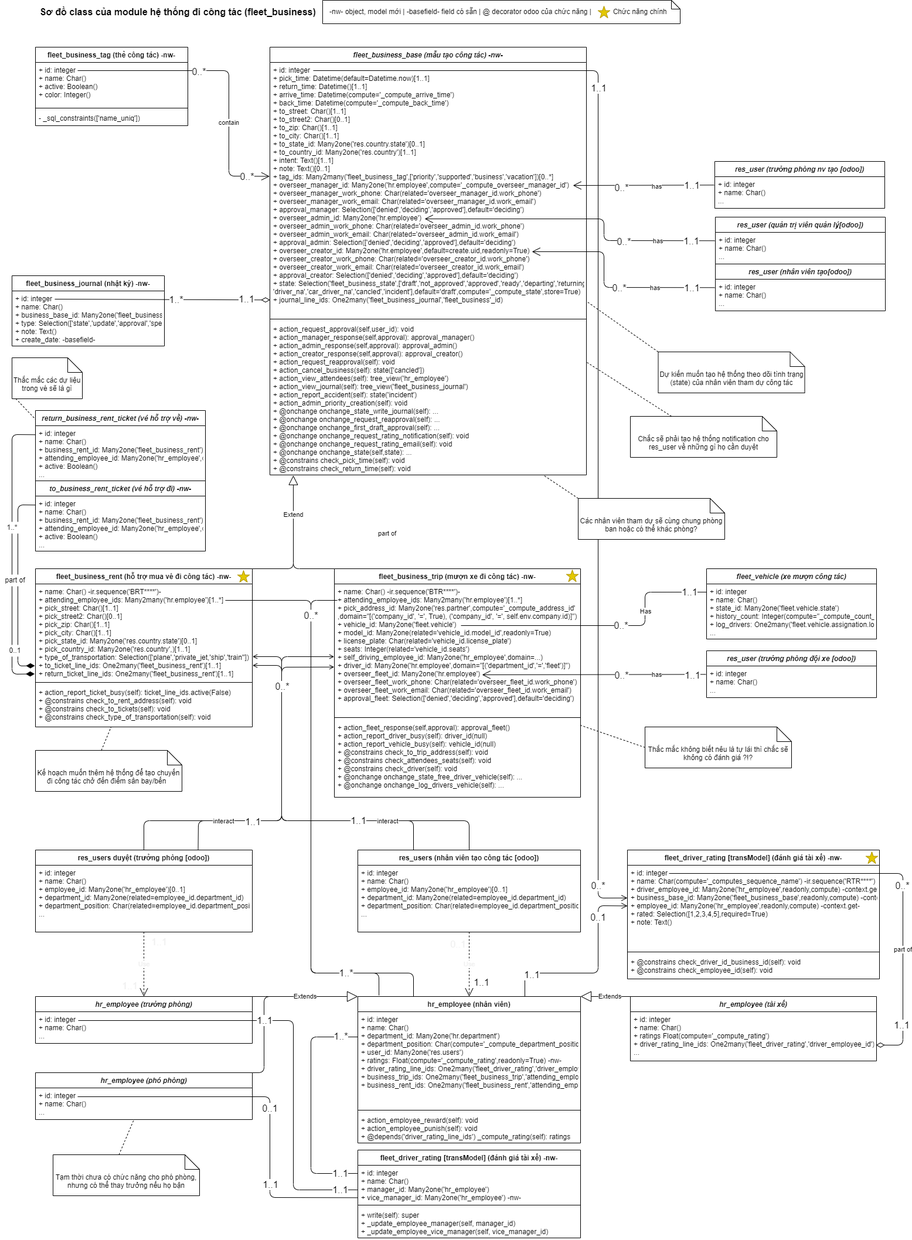
Before: uml-diargrams/uml_class_fleet_business.png, a diagram exported from draw.io (NgoHuuNghia/odoo15-digitalocean). Source tidied: cells renumbered, new cells last; positions are measured from the earlier drawing's top-left corner, leaving out a move shared by most shapes.
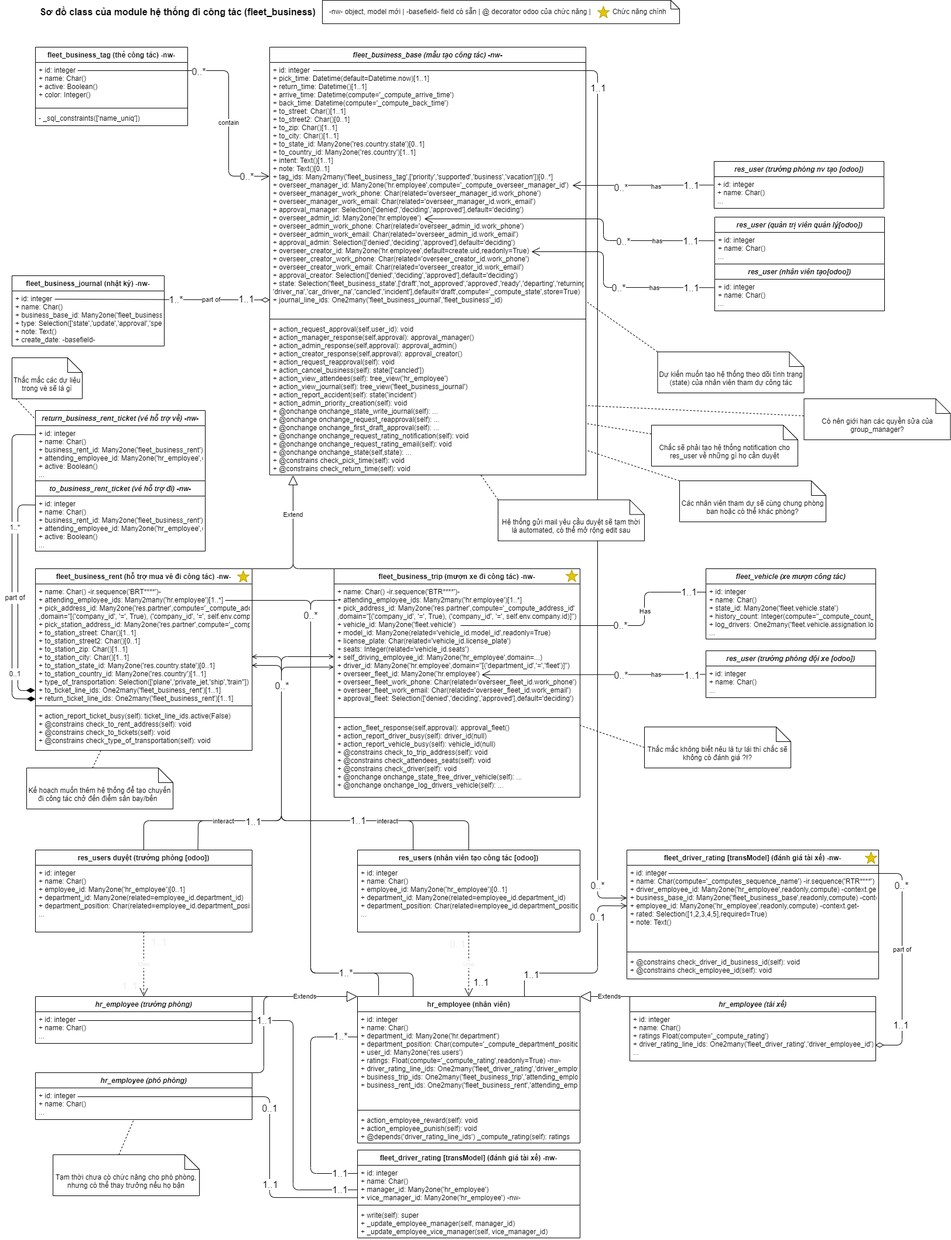
After the commit.

Change to the diagram source:
```diff
@@ -86,7 +86,7 @@
     <mxCell id="17" value="Extends" style="endArrow=block;endSize=16;endFill=0;html=1;exitX=1;exitY=0;exitDx=0;exitDy=0;entryX=0;entryY=0;entryDx=0;entryDy=0;" parent="1" edge="1" source="13" target="8">
       <mxGeometry relative="1" as="geometry" />
     </mxCell>
-    <mxCell id="18" style="edgeStyle=none;html=1;exitX=0.25;exitY=0;exitDx=0;exitDy=0;fontSize=16;endArrow=open;endFill=0;entryX=1.001;entryY=0.756;entryDx=0;entryDy=0;entryPerimeter=0;" parent="1" edge="1" source="22" target="49">
+    <mxCell id="18" style="edgeStyle=none;html=1;exitX=0.25;exitY=0;exitDx=0;exitDy=0;fontSize=16;endArrow=open;endFill=0;entryX=0.999;entryY=0.609;entryDx=0;entryDy=0;entryPerimeter=0;" parent="1" edge="1" source="22" target="49">
       <mxGeometry relative="1" as="geometry">
         <Array as="points">
           <mxPoint x="705" y="1400" />
@@ -142,7 +142,7 @@
         </Array>
       </mxGeometry>
     </mxCell>
-    <mxCell id="28" style="edgeStyle=none;html=1;exitX=0.5;exitY=0;exitDx=0;exitDy=0;fontSize=16;endArrow=open;endFill=0;entryX=1.001;entryY=0.848;entryDx=0;entryDy=0;entryPerimeter=0;" parent="1" edge="1" source="32" target="49">
+    <mxCell id="28" style="edgeStyle=none;html=1;exitX=0.5;exitY=0;exitDx=0;exitDy=0;fontSize=16;endArrow=open;endFill=0;entryX=0.999;entryY=0.681;entryDx=0;entryDy=0;entryPerimeter=0;" parent="1" edge="1" source="32" target="49">
       <mxGeometry relative="1" as="geometry">
         <Array as="points">
           <mxPoint x="245" y="1400" />
@@ -231,16 +231,16 @@
       </mxGeometry>
     </mxCell>
     <mxCell id="48" value="fleet_business_rent (hỗ trợ mua vé đi công tác) -nw-" style="swimlane;fontStyle=1;align=center;verticalAlign=top;horizontal=1;startSize=26;labelBackgroundColor=none;fontColor=default;" parent="1" vertex="1">
-      <mxGeometry x="60" y="970" width="370" height="270" as="geometry" />
+      <mxGeometry x="60" y="970" width="370" height="310" as="geometry" />
     </mxCell>
-    <mxCell id="49" value="+ name: Char() -ir.sequence('BRT****')-&#10;+ attending_employee_ids: Many2many('hr.employee')[1..*]&#10;+ pick_street: Char()[1..1]&#10;+ pick_street2: Char()[0..1]&#10;+ pick_zip: Char()[1..1]&#10;+ pick_city: Char()[1..1]&#10;+ pick_state_id: Many2one('res.country.state')[0..1]&#10;+ pick_country_id: Many2one('res.country',)[1..1]&#10;+ type_of_transportation: Selection(['plane','private_jet,'ship','train''])&#10;+ to_ticket_line_ids: One2many('fleet_business_rent')[1..1]&#10;+ return_ticket_line_ids: One2many('fleet_business_rent')[1..1]" style="text;strokeColor=none;fillColor=none;align=left;verticalAlign=top;spacingLeft=4;spacingRight=4;overflow=hidden;points=[[0,0.5],[1,0.5]];portConstraint=eastwest;labelBackgroundColor=none;fontColor=default;" parent="48" vertex="1">
-      <mxGeometry y="26" width="370" height="164" as="geometry" />
+    <mxCell id="49" value="+ name: Char() -ir.sequence('BRT****')-&#10;+ attending_employee_ids: Many2many('hr.employee')[1..*]&#10;+ pick_address_id: Many2one('res.partner',compute='_compute_address_id'&#10;,domain=&quot;[('company_id', '=', True), ('company_id', '=', self.env.company.id)]&quot;)&#10;+ pick_station_address_id: Many2one('res.partner',compute='_compute_address_id'&#10;+ to_station_street: Char()[1..1]&#10;+ to_station_street2: Char()[0..1]&#10;+ to_station_zip: Char()[1..1]&#10;+ to_station_city: Char()[1..1]&#10;+ to_station_state_id: Many2one('res.country.state')[0..1]&#10;+ to_station_country_id: Many2one('res.country')[1..1]&#10;+ type_of_transportation: Selection(['plane','private_jet,'ship','train''])&#10;+ to_ticket_line_ids: One2many('fleet_business_rent')[1..1]&#10;+ return_ticket_line_ids: One2many('fleet_business_rent')[1..1]" style="text;strokeColor=none;fillColor=none;align=left;verticalAlign=top;spacingLeft=4;spacingRight=4;overflow=hidden;points=[[0,0.5],[1,0.5]];portConstraint=eastwest;labelBackgroundColor=none;fontColor=default;" parent="48" vertex="1">
+      <mxGeometry y="26" width="370" height="204" as="geometry" />
     </mxCell>
     <mxCell id="50" style="line;strokeWidth=1;fillColor=none;align=left;verticalAlign=middle;spacingTop=-1;spacingLeft=3;spacingRight=3;labelPosition=right;labelBackgroundColor=none;fontColor=#F0F0F0;" parent="48" vertex="1">
-      <mxGeometry y="190" width="370" height="8" as="geometry" />
+      <mxGeometry y="230" width="370" height="8" as="geometry" />
     </mxCell>
     <mxCell id="51" value="+ action_report_ticket_busy(self): ticket_line_ids.active(False)&#10;+ @constrains check_to_rent_address(self): void&#10;+ @constrains check_to_tickets(self): void&#10;+ @constrains check_type_of_transportation(self): void" style="text;strokeColor=none;fillColor=none;align=left;verticalAlign=top;spacingLeft=4;spacingRight=4;overflow=hidden;labelBackgroundColor=none;fontColor=default;" parent="48" vertex="1">
-      <mxGeometry y="198" width="370" height="72" as="geometry" />
+      <mxGeometry y="238" width="370" height="72" as="geometry" />
     </mxCell>
     <mxCell id="52" value="fleet_business_base (mẫu tạo công tác) -nw-" style="swimlane;fontStyle=3;align=center;verticalAlign=top;horizontal=1;startSize=26;labelBackgroundColor=none;fontColor=default;" parent="1" vertex="1">
       <mxGeometry x="460" y="80" width="540" height="730" as="geometry" />
@@ -280,9 +280,8 @@
       <mxGeometry y="26" width="260" height="94" as="geometry" />
     </mxCell>
     <mxCell id="61" value="part of" style="endArrow=diamondThin;endFill=0;endSize=12;html=1;entryX=0;entryY=0.934;entryDx=0;entryDy=0;entryPerimeter=0;" parent="1" edge="1" target="53">
-      <mxGeometry x="1" y="-446" relative="1" as="geometry">
+      <mxGeometry x="0.46" relative="1" as="geometry">
         <mxPoint x="93" y="510" as="sourcePoint" />
-        <mxPoint x="202" y="-47" as="offset" />
       </mxGeometry>
     </mxCell>
     <mxCell id="62" value="1..*" style="edgeLabel;html=1;align=center;verticalAlign=middle;fontSize=16;" parent="61" vertex="1">
@@ -423,30 +422,30 @@
     <mxCell id="91" value="+ id: integer&#10;+ name: Char()&#10;+ business_rent_id: Many2one('fleet_business_rent')&#10;+ attending_employee_id: Many2one('hr_employee',domain=...)&#10;+ active: Boolean()&#10;..." style="text;strokeColor=none;fillColor=none;align=left;verticalAlign=top;spacingLeft=4;spacingRight=4;overflow=hidden;points=[[0,0.5],[1,0.5]];portConstraint=eastwest;" parent="90" vertex="1">
       <mxGeometry y="26" width="290" height="94" as="geometry" />
     </mxCell>
-    <mxCell id="92" style="endArrow=diamondThin;endFill=1;endSize=12;html=1;entryX=-0.004;entryY=0.936;entryDx=0;entryDy=0;entryPerimeter=0;exitX=-0.002;exitY=0.163;exitDx=0;exitDy=0;exitPerimeter=0;" parent="1" edge="1" source="91" target="49">
+    <mxCell id="92" style="endArrow=diamondThin;endFill=1;endSize=12;html=1;entryX=0;entryY=0.962;entryDx=0;entryDy=0;entryPerimeter=0;exitX=-0.002;exitY=0.163;exitDx=0;exitDy=0;exitPerimeter=0;" parent="1" edge="1" source="91" target="49">
       <mxGeometry relative="1" as="geometry">
         <Array as="points">
           <mxPoint x="20" y="741" />
-          <mxPoint x="20" y="1150" />
+          <mxPoint x="20" y="1192" />
         </Array>
       </mxGeometry>
     </mxCell>
-    <mxCell id="93" style="endArrow=diamondThin;endFill=1;endSize=12;html=1;entryX=-0.003;entryY=0.851;entryDx=0;entryDy=0;entryPerimeter=0;exitX=0.001;exitY=0.163;exitDx=0;exitDy=0;exitPerimeter=0;" parent="1" edge="1" source="89" target="49">
+    <mxCell id="93" style="endArrow=diamondThin;endFill=1;endSize=12;html=1;exitX=0.001;exitY=0.163;exitDx=0;exitDy=0;exitPerimeter=0;entryX=-0.002;entryY=0.89;entryDx=0;entryDy=0;entryPerimeter=0;" parent="1" edge="1" source="89" target="49">
       <mxGeometry relative="1" as="geometry">
         <Array as="points">
           <mxPoint x="30" y="861" />
-          <mxPoint x="30" y="1136" />
+          <mxPoint x="30" y="1178" />
         </Array>
       </mxGeometry>
     </mxCell>
     <mxCell id="94" value="0..1" style="text;html=1;align=center;verticalAlign=middle;strokeColor=none;fillColor=default;direction=west;" parent="1" vertex="1">
-      <mxGeometry x="5" y="1100" width="40" height="20" as="geometry" />
+      <mxGeometry x="5" y="1140" width="40" height="20" as="geometry" />
     </mxCell>
     <mxCell id="95" value="1..*" style="text;html=1;align=center;verticalAlign=middle;strokeColor=none;fillColor=default;" parent="1" vertex="1">
-      <mxGeometry x="5" y="890" width="30" height="20" as="geometry" />
+      <mxGeometry x="10" y="890" width="30" height="20" as="geometry" />
     </mxCell>
     <mxCell id="96" value="part of" style="text;html=1;align=center;verticalAlign=middle;strokeColor=none;fillColor=default;" parent="1" vertex="1">
-      <mxGeometry y="980" width="50" height="20" as="geometry" />
+      <mxGeometry y="1010" width="50" height="20" as="geometry" />
     </mxCell>
     <mxCell id="97" value="-nw- object, model mới | -basefield- field có sẵn | @ decorator odoo của chức năng |&amp;nbsp; &amp;nbsp; &amp;nbsp; &amp;nbsp; &amp;nbsp; &amp;nbsp;Chức năng chính" style="shape=note;size=15;align=left;spacingLeft=10;html=1;whiteSpace=wrap;fillColor=default;" parent="1" vertex="1">
       <mxGeometry x="550" width="610" height="40" as="geometry" />
@@ -636,22 +635,34 @@
       <mxGeometry y="98" width="380" height="52" as="geometry" />
     </mxCell>
     <mxCell id="142" value="Chắc sẽ phải tạo hệ thống notification cho res_user về những gì họ cần duyệt" style="shape=note2;boundedLbl=1;whiteSpace=wrap;html=1;size=25;verticalAlign=top;align=center;fillColor=default;" parent="1" vertex="1">
-      <mxGeometry x="1075" y="710" width="250" height="70" as="geometry" />
+      <mxGeometry x="1112" y="725" width="250" height="70" as="geometry" />
     </mxCell>
-    <mxCell id="143" style="edgeStyle=none;html=1;endArrow=none;endFill=0;endSize=12;dashed=1;" parent="1" edge="1" source="142" target="52">
+    <mxCell id="143" style="edgeStyle=none;html=1;endArrow=none;endFill=0;endSize=12;dashed=1;" parent="1" edge="1" source="142" target="55">
       <mxGeometry relative="1" as="geometry" />
     </mxCell>
     <mxCell id="144" style="edgeStyle=none;html=1;exitX=0;exitY=0;exitDx=112.5;exitDy=0;exitPerimeter=0;endArrow=none;endFill=0;dashed=1;" parent="1" edge="1" source="145" target="48">
       <mxGeometry relative="1" as="geometry" />
     </mxCell>
     <mxCell id="145" value="Kế hoạch muốn thêm hệ thống để tạo chuyến đi công tác chở đến điểm sân bay/bến&amp;nbsp;&amp;nbsp;" style="shape=note2;boundedLbl=1;whiteSpace=wrap;html=1;size=25;verticalAlign=top;align=center;fillColor=default;" parent="1" vertex="1">
-      <mxGeometry x="60" y="1280" width="250" height="70" as="geometry" />
+      <mxGeometry x="45" y="1310" width="250" height="70" as="geometry" />
     </mxCell>
     <mxCell id="146" style="edgeStyle=none;html=1;exitX=0;exitY=0;exitDx=0;exitDy=0;exitPerimeter=0;endArrow=none;endFill=0;dashed=1;" parent="1" edge="1" source="147" target="55">
       <mxGeometry relative="1" as="geometry" />
     </mxCell>
     <mxCell id="147" value="Các nhân viên tham dự sẽ cùng chung phòng ban hoặc có thể khác phòng?" style="shape=note2;boundedLbl=1;whiteSpace=wrap;html=1;size=25;verticalAlign=top;align=center;fillColor=default;" parent="1" vertex="1">
-      <mxGeometry x="986" y="850" width="250" height="70" as="geometry" />
+      <mxGeometry x="1160" y="820" width="250" height="70" as="geometry" />
     </mxCell>
+    <mxCell id="148" style="edgeStyle=none;html=1;exitX=0;exitY=0;exitDx=0;exitDy=0;exitPerimeter=0;endArrow=none;endFill=0;dashed=1;" parent="1" edge="1" source="149" target="55">
+      <mxGeometry relative="1" as="geometry" />
+    </mxCell>
+    <mxCell id="149" value="Hệ thống gửi mail yêu cầu duyệt sẽ tạm thời là automated, có thể mở rộng edit sau" style="shape=note2;boundedLbl=1;whiteSpace=wrap;html=1;size=25;verticalAlign=top;align=center;fillColor=default;" parent="1" vertex="1">
+      <mxGeometry x="850" y="852.5" width="250" height="70" as="geometry" />
+    </mxCell>
+    <mxCell id="150" value="Có nên giới hạn các quyền sửa của group_manager?" style="shape=note2;boundedLbl=1;whiteSpace=wrap;html=1;size=25;verticalAlign=top;align=center;fillColor=default;" parent="1" vertex="1">
+      <mxGeometry x="1372.5" y="680" width="250" height="70" as="geometry" />
+    </mxCell>
+    <mxCell id="151" style="edgeStyle=none;html=1;endArrow=none;endFill=0;endSize=12;dashed=1;" parent="1" edge="1" source="150" target="55">
+      <mxGeometry relative="1" as="geometry" />
+    </mxCell>
   </root>
 </mxGraphModel>
```
